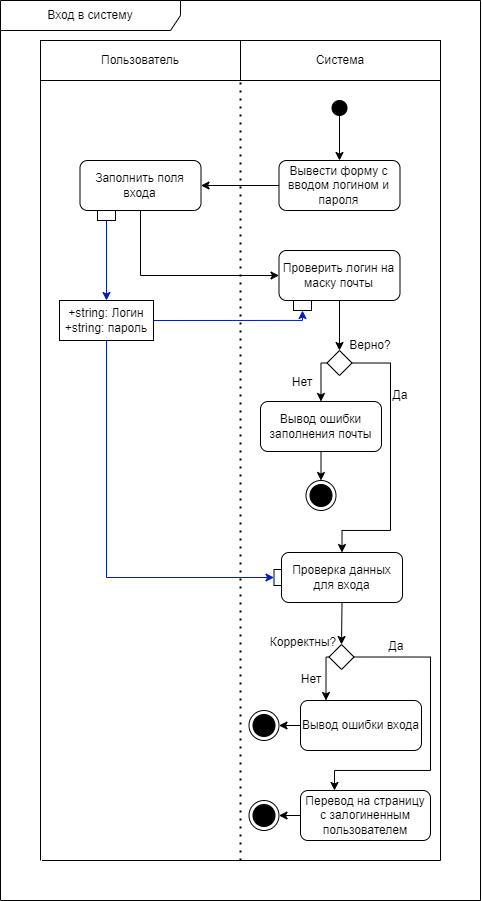
AS2/habrolink keeps this draw.io diagram as docs/activity_diagrams/вход в систему.png. Above is the earlier version. Source tidied: cells renumbered, new cells last; positions are measured from the earlier drawing's top-left corner, leaving out a move shared by most shapes.
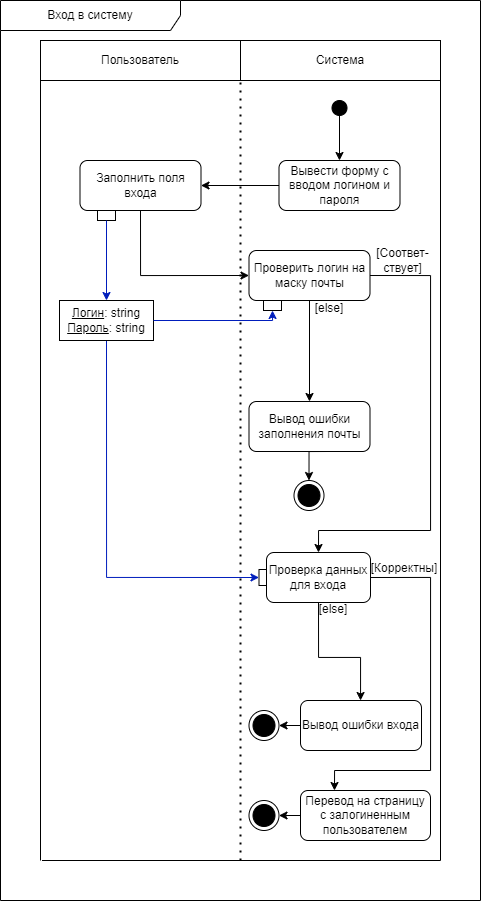
Above is the later version.

Diff of the diagram source:
```diff
@@ -29,38 +29,30 @@
       <mxGeometry relative="1" as="geometry" />
     </mxCell>
     <mxCell id="10" value="Проверить логин на маску почты" style="text;html=1;strokeColor=default;fillColor=none;align=center;verticalAlign=middle;whiteSpace=wrap;rounded=1;" parent="1" vertex="1">
-      <mxGeometry x="278.5" y="250" width="121" height="50" as="geometry" />
+      <mxGeometry x="248.5" y="250" width="121" height="50" as="geometry" />
     </mxCell>
-    <mxCell id="11" style="endArrow=classic;html=1;rounded=0;exitX=0.5;exitY=1;exitDx=0;exitDy=0;entryX=0.5;entryY=0;entryDx=0;entryDy=0;" parent="1" edge="1" source="10" target="14">
-      <mxGeometry relative="1" as="geometry" />
-    </mxCell>
-    <mxCell id="12" style="edgeStyle=orthogonalEdgeStyle;rounded=0;jettySize=auto;html=1;exitX=1;exitY=0.5;exitDx=0;exitDy=0;entryX=0.5;entryY=0;entryDx=0;entryDy=0;" parent="1" edge="1" source="14">
+    <mxCell id="12" style="edgeStyle=orthogonalEdgeStyle;rounded=0;jettySize=auto;html=1;exitX=1;exitY=0.5;exitDx=0;exitDy=0;entryX=0.5;entryY=0;entryDx=0;entryDy=0;" parent="1" edge="1" source="10" target="21">
       <mxGeometry relative="1" as="geometry">
-        <mxPoint x="341.5" y="552" as="targetPoint" />
         <Array as="points">
-          <mxPoint x="390" y="363" />
-          <mxPoint x="390" y="530" />
-          <mxPoint x="342" y="530" />
+          <mxPoint x="430" y="275" />
+          <mxPoint x="430" y="530" />
+          <mxPoint x="318" y="530" />
         </Array>
       </mxGeometry>
     </mxCell>
-    <mxCell id="13" style="edgeStyle=orthogonalEdgeStyle;rounded=0;jettySize=auto;html=1;exitX=0.5;exitY=1;exitDx=0;exitDy=0;entryX=0.5;entryY=0;entryDx=0;entryDy=0;" parent="1" edge="1" source="28" target="18">
-      <mxGeometry relative="1" as="geometry" />
+    <mxCell id="13" style="edgeStyle=orthogonalEdgeStyle;rounded=0;jettySize=auto;html=1;exitX=0.5;exitY=1;exitDx=0;exitDy=0;entryX=0.5;entryY=0;entryDx=0;entryDy=0;" parent="1" edge="1" target="18">
+      <mxGeometry relative="1" as="geometry">
+        <mxPoint x="327" y="451" as="sourcePoint" />
+      </mxGeometry>
     </mxCell>
-    <mxCell id="14" style="rhombus;whiteSpace=wrap;html=1;" parent="1" vertex="1">
-      <mxGeometry x="326.5" y="350" width="25" height="25" as="geometry" />
-    </mxCell>
-    <mxCell id="15" value="Верно?" style="text;html=1;strokeColor=none;fillColor=none;align=center;verticalAlign=middle;whiteSpace=wrap;rounded=0;" parent="1" vertex="1">
-      <mxGeometry x="339.5" y="330" width="60" height="30" as="geometry" />
-    </mxCell>
-    <mxCell id="16" value="Нет" style="text;html=1;strokeColor=none;fillColor=none;align=center;verticalAlign=middle;whiteSpace=wrap;rounded=0;" parent="1" vertex="1">
-      <mxGeometry x="272" y="367" width="60" height="30" as="geometry" />
+    <mxCell id="16" value="[else]" style="text;html=1;strokeColor=none;fillColor=none;align=center;verticalAlign=middle;whiteSpace=wrap;rounded=0;" parent="1" vertex="1">
+      <mxGeometry x="299" y="293" width="60" height="30" as="geometry" />
     </mxCell>
-    <mxCell id="17" value="Да" style="text;html=1;strokeColor=none;fillColor=none;align=center;verticalAlign=middle;whiteSpace=wrap;rounded=0;" parent="1" vertex="1">
-      <mxGeometry x="370" y="380" width="60" height="30" as="geometry" />
+    <mxCell id="17" value="[Соответ-&lt;br&gt;ствует]" style="text;html=1;strokeColor=none;fillColor=none;align=center;verticalAlign=middle;whiteSpace=wrap;rounded=0;" parent="1" vertex="1">
+      <mxGeometry x="372" y="245" width="61" height="30" as="geometry" />
     </mxCell>
     <mxCell id="18" style="ellipse;html=1;shape=endState;fillColor=strokeColor;" parent="1" vertex="1">
-      <mxGeometry x="305.5" y="480" width="30" height="30" as="geometry" />
+      <mxGeometry x="293.5" y="480" width="30" height="30" as="geometry" />
     </mxCell>
     <mxCell id="19" style="endArrow=none;dashed=1;html=1;dashPattern=1 3;strokeWidth=2;rounded=0;entryX=0;entryY=1;entryDx=0;entryDy=0;" parent="1" edge="1" target="4">
       <mxGeometry relative="1" as="geometry">
@@ -73,44 +65,36 @@
       </mxGeometry>
     </mxCell>
     <mxCell id="21" value="Проверка данных для входа" style="text;html=1;strokeColor=default;fillColor=none;align=center;verticalAlign=middle;whiteSpace=wrap;rounded=1;" parent="1" vertex="1">
-      <mxGeometry x="281" y="552" width="121" height="50" as="geometry" />
+      <mxGeometry x="266" y="552" width="104" height="50" as="geometry" />
     </mxCell>
-    <mxCell id="22" style="endArrow=classic;html=1;rounded=0;exitX=0.5;exitY=1;exitDx=0;exitDy=0;entryX=0.5;entryY=0;entryDx=0;entryDy=0;" parent="1" edge="1" source="21" target="25">
-      <mxGeometry relative="1" as="geometry" />
-    </mxCell>
-    <mxCell id="23" style="edgeStyle=orthogonalEdgeStyle;rounded=0;orthogonalLoop=1;jettySize=auto;html=1;exitX=1;exitY=0.5;exitDx=0;exitDy=0;entryX=0.5;entryY=0;entryDx=0;entryDy=0;" parent="1" edge="1">
+    <mxCell id="23" style="edgeStyle=orthogonalEdgeStyle;rounded=0;jettySize=auto;html=1;exitX=1;exitY=0.5;exitDx=0;exitDy=0;entryX=0.5;entryY=0;entryDx=0;entryDy=0;" parent="1" edge="1" source="21">
       <mxGeometry relative="1" as="geometry">
-        <mxPoint x="352.5" y="656.5" as="sourcePoint" />
         <mxPoint x="334" y="790" as="targetPoint" />
         <Array as="points">
-          <mxPoint x="430" y="657" />
+          <mxPoint x="430" y="577" />
           <mxPoint x="430" y="770" />
           <mxPoint x="334" y="770" />
         </Array>
       </mxGeometry>
     </mxCell>
-    <mxCell id="24" style="edgeStyle=orthogonalEdgeStyle;rounded=0;jettySize=auto;html=1;exitX=0;exitY=0.5;exitDx=0;exitDy=0;entryX=0.5;entryY=0;entryDx=0;entryDy=0;" parent="1" edge="1" source="25">
+    <mxCell id="24" style="edgeStyle=orthogonalEdgeStyle;rounded=0;jettySize=auto;html=1;exitX=0.5;exitY=1;exitDx=0;exitDy=0;entryX=0.5;entryY=0;entryDx=0;entryDy=0;" parent="1" edge="1" target="33">
       <mxGeometry relative="1" as="geometry">
-        <mxPoint x="325.5" y="700" as="targetPoint" />
+        <mxPoint x="318" y="602" as="sourcePoint" />
         <Array as="points">
-          <mxPoint x="325" y="657" />
+          <mxPoint x="318" y="657" />
+          <mxPoint x="360" y="657" />
+          <mxPoint x="360" y="700" />
         </Array>
       </mxGeometry>
     </mxCell>
-    <mxCell id="25" style="rhombus;whiteSpace=wrap;html=1;" parent="1" vertex="1">
-      <mxGeometry x="328.5" y="644" width="25" height="25" as="geometry" />
-    </mxCell>
-    <mxCell id="26" value="Корректны?" style="text;html=1;strokeColor=none;fillColor=none;align=center;verticalAlign=middle;whiteSpace=wrap;rounded=0;" parent="1" vertex="1">
-      <mxGeometry x="273" y="629" width="60" height="25" as="geometry" />
-    </mxCell>
-    <mxCell id="27" style="edgeStyle=orthogonalEdgeStyle;rounded=0;jettySize=auto;html=1;exitX=0;exitY=0.5;exitDx=0;exitDy=0;entryX=0.5;entryY=0;entryDx=0;entryDy=0;" parent="1" edge="1" source="14" target="28">
+    <mxCell id="27" style="edgeStyle=orthogonalEdgeStyle;rounded=0;jettySize=auto;html=1;exitX=0.5;exitY=1;exitDx=0;exitDy=0;entryX=0.5;entryY=0;entryDx=0;entryDy=0;" parent="1" edge="1" source="10" target="28">
       <mxGeometry relative="1" as="geometry" />
     </mxCell>
     <mxCell id="28" value="Вывод ошибки заполнения почты" style="text;html=1;strokeColor=default;fillColor=none;align=center;verticalAlign=middle;whiteSpace=wrap;rounded=1;" parent="1" vertex="1">
-      <mxGeometry x="260" y="401" width="121" height="50" as="geometry" />
+      <mxGeometry x="248.5" y="401" width="121" height="50" as="geometry" />
     </mxCell>
-    <mxCell id="29" value="Нет" style="text;html=1;strokeColor=none;fillColor=none;align=center;verticalAlign=middle;whiteSpace=wrap;rounded=0;" parent="1" vertex="1">
-      <mxGeometry x="281" y="664" width="60" height="30" as="geometry" />
+    <mxCell id="29" value="[else]" style="text;html=1;strokeColor=none;fillColor=none;align=center;verticalAlign=middle;whiteSpace=wrap;rounded=0;" parent="1" vertex="1">
+      <mxGeometry x="303" y="594" width="60" height="30" as="geometry" />
     </mxCell>
     <mxCell id="30" style="endArrow=none;html=1;rounded=0;entryX=0;entryY=1;entryDx=0;entryDy=0;" parent="1" edge="1">
       <mxGeometry relative="1" as="geometry">
@@ -118,8 +102,8 @@
         <mxPoint x="440" y="80" as="targetPoint" />
       </mxGeometry>
     </mxCell>
-    <mxCell id="31" value="Да" style="text;html=1;strokeColor=none;fillColor=none;align=center;verticalAlign=middle;whiteSpace=wrap;rounded=0;" parent="1" vertex="1">
-      <mxGeometry x="366" y="631" width="60" height="30" as="geometry" />
+    <mxCell id="31" value="[Корректны]" style="text;html=1;strokeColor=none;fillColor=none;align=center;verticalAlign=middle;whiteSpace=wrap;rounded=0;" parent="1" vertex="1">
+      <mxGeometry x="371" y="553" width="66" height="30" as="geometry" />
     </mxCell>
     <mxCell id="32" style="edgeStyle=orthogonalEdgeStyle;rounded=0;jettySize=auto;html=1;exitX=0;exitY=0.5;exitDx=0;exitDy=0;entryX=1;entryY=0.5;entryDx=0;entryDy=0;" parent="1" edge="1" source="33" target="34">
       <mxGeometry relative="1" as="geometry" />
@@ -154,10 +138,10 @@
       <mxGeometry x="97" y="210" width="18" height="10" as="geometry" />
     </mxCell>
     <mxCell id="41" style="rounded=0;whiteSpace=wrap;html=1;" parent="1" vertex="1">
-      <mxGeometry x="293" y="300" width="18" height="10" as="geometry" />
+      <mxGeometry x="263" y="300" width="18" height="10" as="geometry" />
     </mxCell>
     <mxCell id="42" style="rounded=0;whiteSpace=wrap;html=1;" parent="1" vertex="1">
-      <mxGeometry x="273.5" y="569" width="7.5" height="16" as="geometry" />
+      <mxGeometry x="258.5" y="569" width="7.5" height="16" as="geometry" />
     </mxCell>
     <mxCell id="43" style="endArrow=classic;html=1;rounded=0;exitX=0.5;exitY=1;exitDx=0;exitDy=0;edgeStyle=orthogonalEdgeStyle;fillColor=#0050ef;strokeColor=#001DBC;entryX=0.5;entryY=0;entryDx=0;entryDy=0;" parent="1" edge="1" source="40" target="45">
       <mxGeometry relative="1" as="geometry" />
@@ -165,7 +149,7 @@
     <mxCell id="44" style="endArrow=classic;html=1;rounded=0;exitX=0.5;exitY=1;exitDx=0;exitDy=0;entryX=0;entryY=0.5;entryDx=0;entryDy=0;edgeStyle=orthogonalEdgeStyle;fillColor=#0050ef;strokeColor=#001DBC;" parent="1" edge="1" source="45" target="42">
       <mxGeometry relative="1" as="geometry" />
     </mxCell>
-    <mxCell id="45" value="+string: Логин&lt;br&gt;+string:&amp;nbsp;пароль" style="rounded=0;whiteSpace=wrap;html=1;" parent="1" vertex="1">
+    <mxCell id="45" value="&lt;u&gt;Логин&lt;/u&gt;: string&lt;br&gt;&lt;u&gt;Пароль&lt;/u&gt;: string" style="rounded=0;whiteSpace=wrap;html=1;" parent="1" vertex="1">
       <mxGeometry x="59" y="300" width="94" height="40" as="geometry" />
     </mxCell>
     <mxCell id="46" style="endArrow=classic;html=1;rounded=0;exitX=1;exitY=0.5;exitDx=0;exitDy=0;edgeStyle=orthogonalEdgeStyle;fillColor=#0050ef;strokeColor=#001DBC;entryX=0.5;entryY=1;entryDx=0;entryDy=0;" parent="1" edge="1" source="45" target="41">
```
